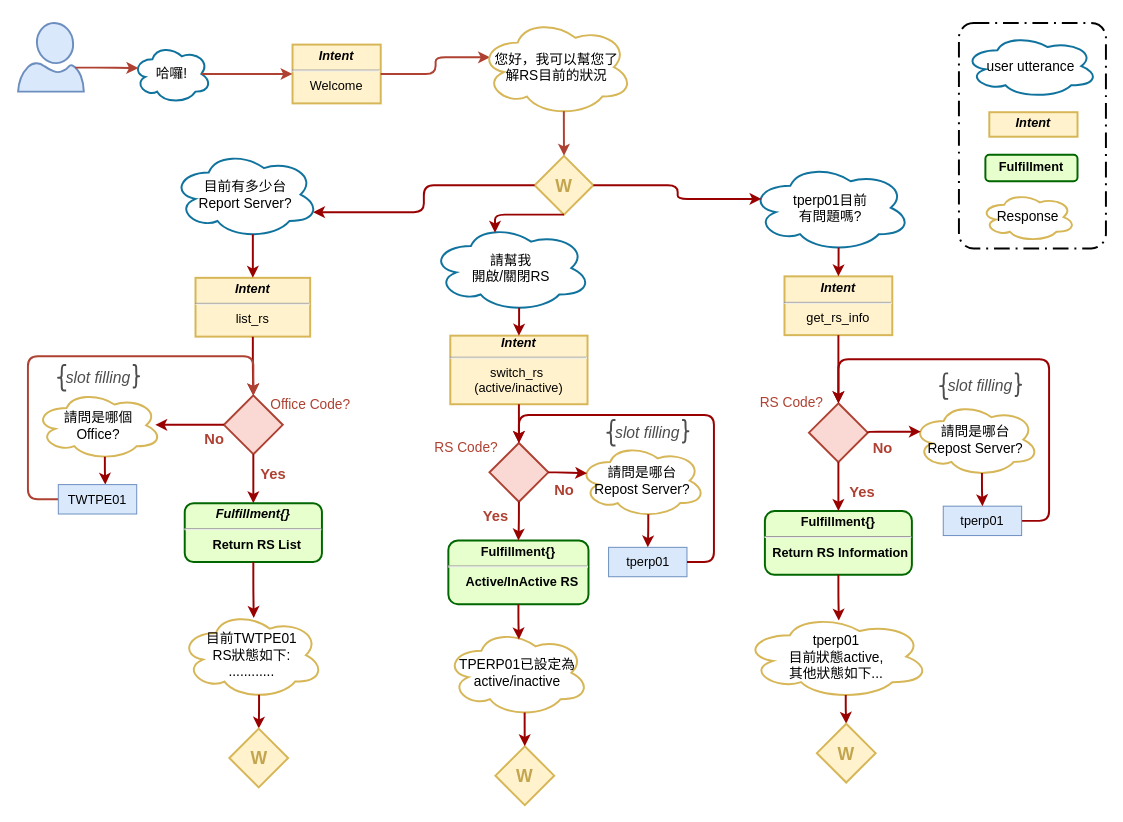
Above: page "whl_report" (2 of 4) of resources/assets/qa_bot dialog flow.drawio in shihxuancheng/qa_bot (draw.io), before the change. Source tidied: cells renumbered, new cells numbered last; positions are measured from the earlier drawing's top-left corner, leaving out a move shared by most shapes. Both pictures are drawn from the tidied source at 98%, with x=0, y=0 at pixel (18, 18).
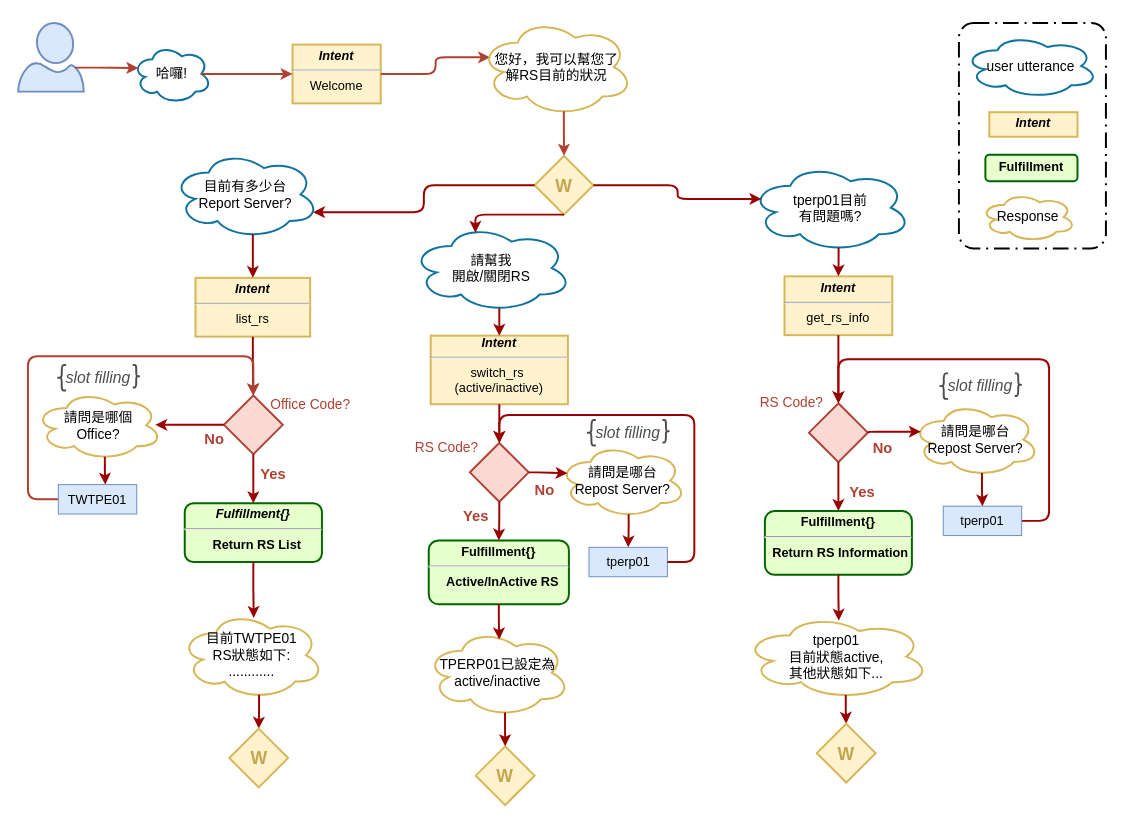
Above is the later version.

Unchanged cells that the change refers to:
```xml
<mxCell id="33" value="&lt;p style=&quot;line-height: 100%; font-size: 18px;&quot;&gt;W&lt;/p&gt;" style="strokeWidth=2;html=1;shape=mxgraph.flowchart.decision;whiteSpace=wrap;shadow=0;fillColor=#fff2cc;fontSize=18;labelBorderColor=none;strokeColor=#d6b656;spacing=0;fontStyle=1;fontColor=#C2A54E;" parent="1" vertex="1">
  <mxGeometry x="527" y="140.5" width="60" height="60" as="geometry" />
</mxCell>
```

What changed in the source:
```diff
@@
     <mxCell id="3" value="&lt;b&gt;&lt;i&gt;Intent&lt;/i&gt;&lt;/b&gt;&lt;br&gt;&lt;hr&gt;switch_rs&amp;nbsp;&lt;br&gt;(active/inactive)" style="verticalAlign=top;align=center;overflow=fill;fontSize=13;fontFamily=Helvetica;fillColor=#fff2cc;strokeColor=#d6b656;gradientColor=none;strokeWidth=2;html=1;" parent="1" vertex="1">
-      <mxGeometry x="441" y="324" width="140" height="70" as="geometry" />
+      <mxGeometry x="421" y="324" width="140" height="70" as="geometry" />
     </mxCell>
@@
     <mxCell id="52" value="請幫我&lt;br&gt;開啟/關閉RS" style="ellipse;shape=cloud;whiteSpace=wrap;html=1;rounded=0;shadow=0;glass=0;comic=0;strokeColor=#10739e;strokeWidth=2;fillColor=none;fontSize=14;" parent="1" vertex="1">
-      <mxGeometry x="421" y="210" width="164" height="90" as="geometry" />
+      <mxGeometry x="401" y="210" width="164" height="90" as="geometry" />
     </mxCell>
-    <mxCell id="53" style="strokeColor=#990000;strokeWidth=2;exitX=0.55;exitY=0.95;exitDx=0;exitDy=0;entryX=0.5;entryY=0;entryDx=0;entryDy=0;rounded=1;edgeStyle=elbowEdgeStyle;elbow=vertical;fontSize=13;exitPerimeter=0;" parent="1" edge="1" source="52" target="3">
-      <mxGeometry relative="1" as="geometry" />
+    <mxCell id="53" style="strokeColor=#990000;strokeWidth=2;exitX=0.55;exitY=0.95;exitDx=0;exitDy=0;entryX=0.5;entryY=0;entryDx=0;entryDy=0;rounded=1;edgeStyle=elbowEdgeStyle;elbow=vertical;fontSize=13;exitPerimeter=0;" parent="1" edge="1" target="3">
+      <mxGeometry relative="1" as="geometry">
+        <mxPoint x="491" y="296" as="sourcePoint" />
+      </mxGeometry>
     </mxCell>
     <mxCell id="54" value="&lt;p style=&quot;margin: 4px 0px 0px ; font-size: 13px&quot;&gt;&lt;strong style=&quot;font-size: 13px&quot;&gt;Fulfillment{}&lt;/strong&gt;&lt;/p&gt;&lt;hr style=&quot;font-size: 13px&quot;&gt;&lt;p style=&quot;margin: 0px 0px 0px 8px ; font-size: 13px&quot;&gt;Active/InActive RS&lt;/p&gt;" style="verticalAlign=middle;align=center;overflow=fill;fontSize=13;fontFamily=Helvetica;html=1;rounded=1;fontStyle=1;strokeWidth=2;fillColor=#E6FFCC;strokeColor=#006600;" parent="1" vertex="1">
-      <mxGeometry x="439" y="533" width="143" height="65" as="geometry" />
+      <mxGeometry x="419" y="533" width="143" height="65" as="geometry" />
     </mxCell>
     <mxCell id="55" value="&lt;p style=&quot;line-height: 100%&quot;&gt;&lt;br&gt;&lt;/p&gt;" style="strokeWidth=2;html=1;shape=mxgraph.flowchart.decision;whiteSpace=wrap;shadow=0;fillColor=#fad9d5;fontSize=13;labelBorderColor=none;strokeColor=#ae4132;spacing=0;" parent="1" vertex="1">
-      <mxGeometry x="481" y="433.5" width="60" height="60" as="geometry" />
+      <mxGeometry x="461" y="433.5" width="60" height="60" as="geometry" />
     </mxCell>
@@
     <mxCell id="58" value="&lt;span&gt;&lt;font style=&quot;font-size: 14px&quot;&gt;RS Code?&lt;/font&gt;&lt;/span&gt;" style="text;html=1;align=center;verticalAlign=middle;fillColor=none;strokeColor=none;rounded=0;shadow=0;fontSize=13;fontStyle=0;comic=0;fontColor=#AE4132;" parent="1" vertex="1">
-      <mxGeometry x="417" y="428" width="80" height="20" as="geometry" />
+      <mxGeometry x="397" y="428" width="80" height="20" as="geometry" />
     </mxCell>
     <mxCell id="59" value="&lt;b&gt;&lt;font style=&quot;font-size: 15px&quot;&gt;No&lt;/font&gt;&lt;/b&gt;" style="text;html=1;align=center;verticalAlign=middle;fillColor=none;strokeColor=none;rounded=0;shadow=0;fontSize=13;fontColor=#AE4132;" parent="1" vertex="1">
-      <mxGeometry x="537" y="471" width="40" height="20" as="geometry" />
+      <mxGeometry x="517" y="471" width="40" height="20" as="geometry" />
     </mxCell>
     <mxCell id="60" value="請問是哪台&lt;br&gt;Repost Server?&lt;br&gt;" style="ellipse;shape=cloud;whiteSpace=wrap;html=1;rounded=0;shadow=0;glass=0;comic=0;strokeColor=#D6B656;strokeWidth=2;fillColor=none;fontSize=14;" parent="1" vertex="1">
-      <mxGeometry x="571.5" y="434" width="130" height="76" as="geometry" />
+      <mxGeometry x="551.5" y="434" width="130" height="76" as="geometry" />
     </mxCell>
     <mxCell id="61" value="tperp01" style="rounded=0;whiteSpace=wrap;html=1;strokeWidth=1;fontSize=13;fillColor=#dae8fc;strokeColor=#6c8ebf;fontColor=#000000;" parent="1" vertex="1">
-      <mxGeometry x="602.5" y="540" width="80" height="30" as="geometry" />
+      <mxGeometry x="582.5" y="540" width="80" height="30" as="geometry" />
     </mxCell>
@@
     <mxCell id="64" value="&lt;b&gt;&lt;font style=&quot;font-size: 15px&quot;&gt;Yes&lt;/font&gt;&lt;/b&gt;" style="text;html=1;align=center;verticalAlign=middle;fillColor=none;strokeColor=none;rounded=0;shadow=0;fontSize=13;fontColor=#AE4132;" parent="1" vertex="1">
-      <mxGeometry x="467" y="498" width="40" height="20" as="geometry" />
+      <mxGeometry x="447" y="498" width="40" height="20" as="geometry" />
     </mxCell>
     <mxCell id="65" style="strokeColor=#990000;strokeWidth=2;rounded=1;edgeStyle=orthogonalEdgeStyle;elbow=vertical;fontSize=13;entryX=0.5;entryY=0;entryDx=0;entryDy=0;entryPerimeter=0;exitX=1;exitY=0.5;exitDx=0;exitDy=0;" parent="1" edge="1" source="61" target="55">
       <mxGeometry relative="1" as="geometry">
         <Array as="points">
-          <mxPoint x="710" y="555" />
-          <mxPoint x="710" y="405" />
-          <mxPoint x="511" y="405" />
+          <mxPoint x="690" y="555" />
+          <mxPoint x="690" y="405" />
+          <mxPoint x="491" y="405" />
         </Array>
       </mxGeometry>
     </mxCell>
     <mxCell id="66" value="TPERP01已設定為active/inactive" style="ellipse;shape=cloud;whiteSpace=wrap;html=1;rounded=0;shadow=0;glass=0;comic=0;strokeColor=#D6B656;strokeWidth=2;fillColor=none;fontSize=14;" parent="1" vertex="1">
-      <mxGeometry x="436" y="623" width="147" height="90" as="geometry" />
+      <mxGeometry x="416" y="623" width="147" height="90" as="geometry" />
     </mxCell>
     <mxCell id="67" value="&lt;p style=&quot;line-height: 100%; font-size: 18px;&quot;&gt;W&lt;/p&gt;" style="strokeWidth=2;html=1;shape=mxgraph.flowchart.decision;whiteSpace=wrap;shadow=0;fillColor=#fff2cc;fontSize=18;labelBorderColor=none;strokeColor=#d6b656;spacing=0;fontStyle=1;fontColor=#C2A54E;" parent="1" vertex="1">
-      <mxGeometry x="487" y="743" width="60" height="60" as="geometry" />
+      <mxGeometry x="467" y="743" width="60" height="60" as="geometry" />
     </mxCell>
@@
     <mxCell id="70" style="strokeColor=#990000;strokeWidth=2;exitX=0.5;exitY=1;exitDx=0;exitDy=0;rounded=1;edgeStyle=orthogonalEdgeStyle;fontSize=13;exitPerimeter=0;entryX=0.4;entryY=0.1;entryDx=0;entryDy=0;entryPerimeter=0;" parent="1" edge="1" source="33" target="52">
       <mxGeometry relative="1" as="geometry">
         <Array as="points">
-          <mxPoint x="487" y="201" />
+          <mxPoint x="467" y="201" />
         </Array>
       </mxGeometry>
     </mxCell>
@@
     <mxCell id="80" style="group;" parent="1" vertex="1">
-      <mxGeometry x="600.5" y="410" width="84" height="26" as="geometry" />
+      <mxGeometry x="580.5" y="410" width="84" height="26" as="geometry" />
     </mxCell>
```
